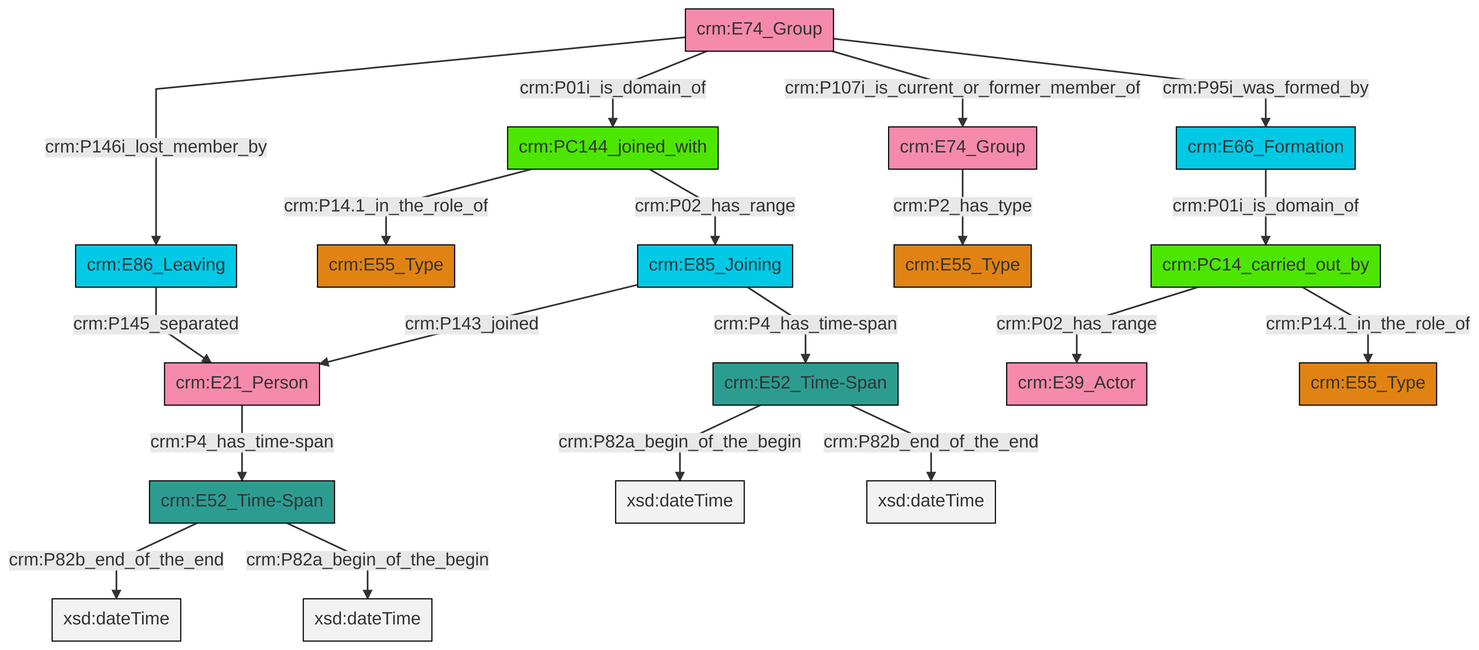
Earlier version of the Mermaid export et/groupCSV/ttl/mmd/png/group_actor_relations.png (swiss-art-research-net/docs.swissartresearch). Its source is kept beside it as et/groupCSV/ttl/mmd/group_actor_relations.ttl.mmd.
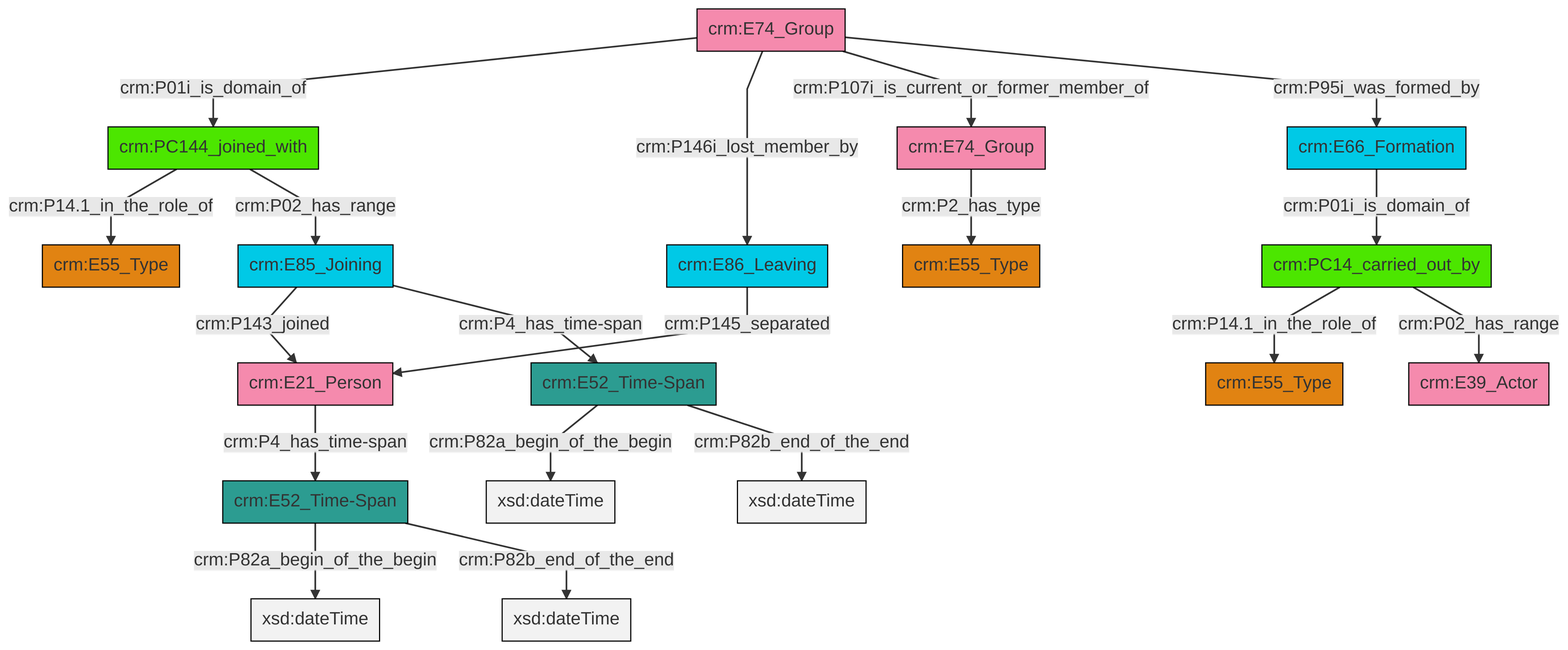
Above is the later version.

Change to the diagram source:
```diff
@@ -13,21 +13,21 @@
 classDef PC_Classes fill:#4ce600, stroke:#000000;
 classDef Multi fill:#cccccc,stroke:#000000;
 
-0["crm:E85_Joining"]:::Temporal_Entity -->|crm:P4_has_time-span| 1["crm:E52_Time-Span"]:::Time-Span
-0["crm:E85_Joining"]:::Temporal_Entity -->|crm:P143_joined| 2["crm:E21_Person"]:::Actor
-3["crm:E52_Time-Span"]:::Time-Span -->|crm:P82b_end_of_the_end| 4[xsd:dateTime]:::Literal
-2["crm:E21_Person"]:::Actor -->|crm:P4_has_time-span| 3["crm:E52_Time-Span"]:::Time-Span
-1["crm:E52_Time-Span"]:::Time-Span -->|crm:P82a_begin_of_the_begin| 11[xsd:dateTime]:::Literal
-12["crm:E74_Group"]:::Actor -->|crm:P01i_is_domain_of| 13["crm:PC144_joined_with"]:::PC_Classes
-15["crm:PC14_carried_out_by"]:::PC_Classes -->|crm:P02_has_range| 7["crm:E39_Actor"]:::Actor
-13["crm:PC144_joined_with"]:::PC_Classes -->|crm:P02_has_range| 0["crm:E85_Joining"]:::Temporal_Entity
-19["crm:E86_Leaving"]:::Temporal_Entity -->|crm:P145_separated| 2["crm:E21_Person"]:::Actor
-21["crm:E66_Formation"]:::Temporal_Entity -->|crm:P01i_is_domain_of| 15["crm:PC14_carried_out_by"]:::PC_Classes
-9["crm:E74_Group"]:::Actor -->|crm:P2_has_type| 17["crm:E55_Type"]:::Type
-15["crm:PC14_carried_out_by"]:::PC_Classes -->|crm:P14.1_in_the_role_of| 25["crm:E55_Type"]:::Type
-12["crm:E74_Group"]:::Actor -->|crm:P95i_was_formed_by| 21["crm:E66_Formation"]:::Temporal_Entity
-12["crm:E74_Group"]:::Actor -->|crm:P107i_is_current_or_former_member_of| 9["crm:E74_Group"]:::Actor
-12["crm:E74_Group"]:::Actor -->|crm:P146i_lost_member_by| 19["crm:E86_Leaving"]:::Temporal_Entity
-13["crm:PC144_joined_with"]:::PC_Classes -->|crm:P14.1_in_the_role_of| 5["crm:E55_Type"]:::Type
-3["crm:E52_Time-Span"]:::Time-Span -->|crm:P82a_begin_of_the_begin| 32[xsd:dateTime]:::Literal
-1["crm:E52_Time-Span"]:::Time-Span -->|crm:P82b_end_of_the_end| 33[xsd:dateTime]:::Literal
+0["crm:E85_Joining"]:::Temporal_Entity -->|crm:P143_joined| 1["crm:E21_Person"]:::Actor
+2["crm:PC14_carried_out_by"]:::PC_Classes -->|crm:P14.1_in_the_role_of| 3["crm:E55_Type"]:::Type
+6["crm:E74_Group"]:::Actor -->|crm:P01i_is_domain_of| 7["crm:PC144_joined_with"]:::PC_Classes
+8["crm:E52_Time-Span"]:::Time-Span -->|crm:P82a_begin_of_the_begin| 9[xsd:dateTime]:::Literal
+8["crm:E52_Time-Span"]:::Time-Span -->|crm:P82b_end_of_the_end| 12[xsd:dateTime]:::Literal
+6["crm:E74_Group"]:::Actor -->|crm:P146i_lost_member_by| 13["crm:E86_Leaving"]:::Temporal_Entity
+19["crm:E66_Formation"]:::Temporal_Entity -->|crm:P01i_is_domain_of| 2["crm:PC14_carried_out_by"]:::PC_Classes
+7["crm:PC144_joined_with"]:::PC_Classes -->|crm:P14.1_in_the_role_of| 10["crm:E55_Type"]:::Type
+2["crm:PC14_carried_out_by"]:::PC_Classes -->|crm:P02_has_range| 21["crm:E39_Actor"]:::Actor
+22["crm:E52_Time-Span"]:::Time-Span -->|crm:P82a_begin_of_the_begin| 23[xsd:dateTime]:::Literal
+22["crm:E52_Time-Span"]:::Time-Span -->|crm:P82b_end_of_the_end| 24[xsd:dateTime]:::Literal
+6["crm:E74_Group"]:::Actor -->|crm:P107i_is_current_or_former_member_of| 17["crm:E74_Group"]:::Actor
+13["crm:E86_Leaving"]:::Temporal_Entity -->|crm:P145_separated| 1["crm:E21_Person"]:::Actor
+6["crm:E74_Group"]:::Actor -->|crm:P95i_was_formed_by| 19["crm:E66_Formation"]:::Temporal_Entity
+1["crm:E21_Person"]:::Actor -->|crm:P4_has_time-span| 8["crm:E52_Time-Span"]:::Time-Span
+0["crm:E85_Joining"]:::Temporal_Entity -->|crm:P4_has_time-span| 22["crm:E52_Time-Span"]:::Time-Span
+7["crm:PC144_joined_with"]:::PC_Classes -->|crm:P02_has_range| 0["crm:E85_Joining"]:::Temporal_Entity
+17["crm:E74_Group"]:::Actor -->|crm:P2_has_type| 26["crm:E55_Type"]:::Type
```
